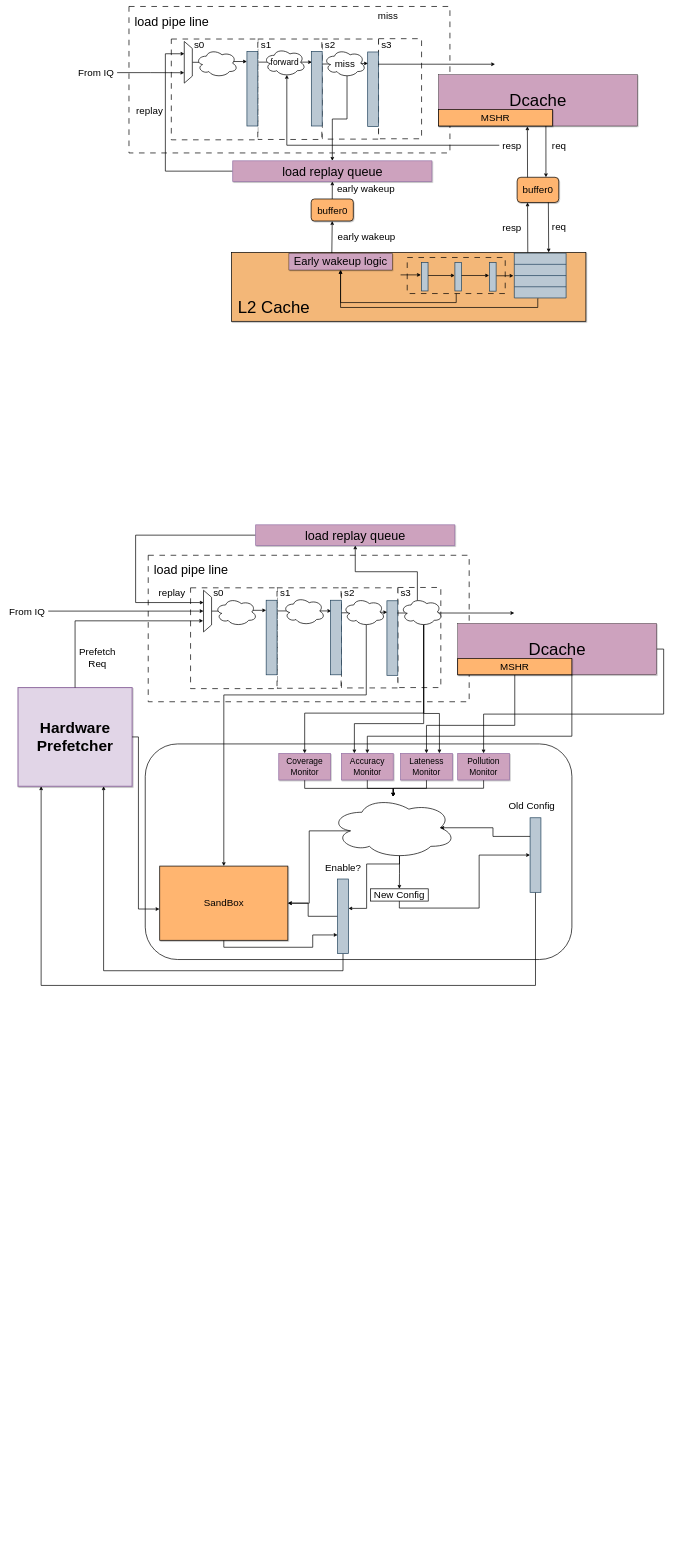
Earlier version of the draw.io diagram page "第 1 页" (1 of 3) of l1_miss_l2_hit_pipeline (2).drawio (happy-lx/drawio). Source tidied: cells renumbered, new cells numbered last; positions are measured from the earlier drawing's top-left corner, leaving out a move shared by most shapes. Both pictures are drawn from the tidied source at 35%, with x=0, y=0 at pixel (6, 6).
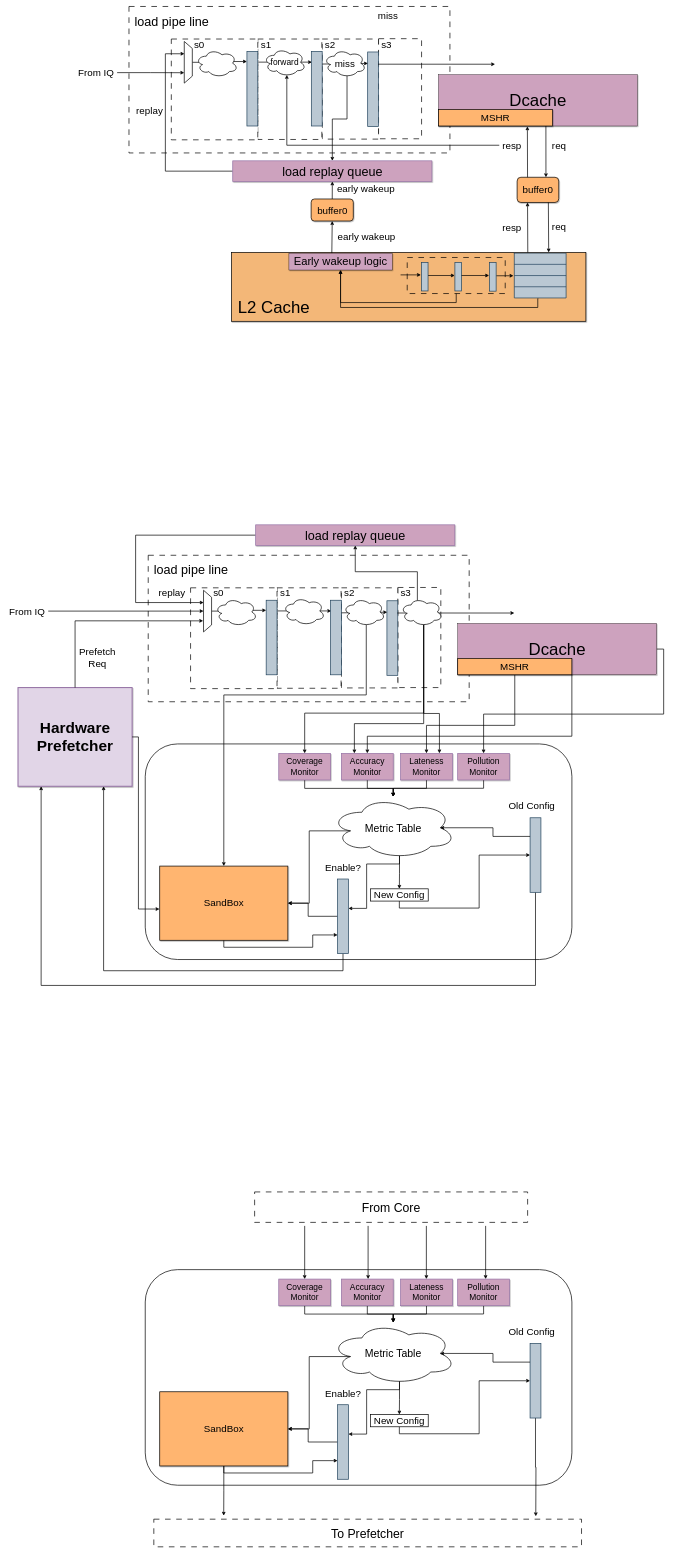
The same diagram, later.

Diff of the diagram source:
```diff
@@
-    <mxCell id="119" style="ellipse;shape=cloud;whiteSpace=wrap;html=1;strokeWidth=2;" parent="1" vertex="1">
+    <mxCell id="119" value="&lt;span style=&quot;font-size: 30px;&quot;&gt;Metric Table&lt;/span&gt;" style="ellipse;shape=cloud;whiteSpace=wrap;html=1;strokeWidth=2;" parent="1" vertex="1">
       <mxGeometry x="927" y="2258" width="358" height="177" as="geometry" />
     </mxCell>
@@
+    <mxCell id="137" style="rounded=1;whiteSpace=wrap;html=1;strokeWidth=2;" parent="1" vertex="1">
+      <mxGeometry x="397.5" y="3609" width="1219" height="616" as="geometry" />
+    </mxCell>
+    <mxCell id="138" style="edgeStyle=orthogonalEdgeStyle;rounded=0;jettySize=auto;html=1;exitX=0.5;exitY=1;exitDx=0;exitDy=0;strokeWidth=2;" parent="1" edge="1" source="139" target="148">
+      <mxGeometry relative="1" as="geometry" />
+    </mxCell>
+    <mxCell id="139" value="&lt;font style=&quot;font-size: 24px;&quot;&gt;Accuracy&lt;br&gt;Monitor&lt;br&gt;&lt;/font&gt;" style="rounded=0;whiteSpace=wrap;html=1;fillColor=#CDA2BE;strokeColor=#9673a6;strokeWidth=2;shadow=1;" parent="1" vertex="1">
+      <mxGeometry x="958" y="3636" width="148" height="76" as="geometry" />
+    </mxCell>
+    <mxCell id="140" style="edgeStyle=orthogonalEdgeStyle;rounded=0;jettySize=auto;html=1;exitX=0.5;exitY=1;exitDx=0;exitDy=0;strokeWidth=2;" parent="1" edge="1" source="141" target="148">
+      <mxGeometry relative="1" as="geometry" />
+    </mxCell>
+    <mxCell id="141" value="&lt;font style=&quot;font-size: 24px;&quot;&gt;Lateness&lt;br&gt;Monitor&lt;br&gt;&lt;/font&gt;" style="rounded=0;whiteSpace=wrap;html=1;fillColor=#CDA2BE;strokeColor=#9673a6;strokeWidth=2;shadow=1;" parent="1" vertex="1">
+      <mxGeometry x="1127" y="3636" width="148" height="76" as="geometry" />
+    </mxCell>
+    <mxCell id="142" style="edgeStyle=orthogonalEdgeStyle;rounded=0;jettySize=auto;html=1;exitX=0.5;exitY=1;exitDx=0;exitDy=0;strokeWidth=2;" parent="1" edge="1" source="143">
+      <mxGeometry relative="1" as="geometry">
+        <mxPoint x="1106" y="3759.4" as="targetPoint" />
+      </mxGeometry>
+    </mxCell>
+    <mxCell id="143" value="&lt;font style=&quot;font-size: 24px;&quot;&gt;Pollution&lt;br&gt;Monitor&lt;br&gt;&lt;/font&gt;" style="rounded=0;whiteSpace=wrap;html=1;fillColor=#CDA2BE;strokeColor=#9673a6;strokeWidth=2;shadow=1;" parent="1" vertex="1">
+      <mxGeometry x="1290.2" y="3636" width="148" height="76" as="geometry" />
+    </mxCell>
+    <mxCell id="144" style="edgeStyle=orthogonalEdgeStyle;rounded=0;jettySize=auto;html=1;exitX=0.5;exitY=1;exitDx=0;exitDy=0;strokeWidth=2;" parent="1" edge="1" source="145" target="148">
+      <mxGeometry relative="1" as="geometry" />
+    </mxCell>
+    <mxCell id="145" value="&lt;font style=&quot;font-size: 24px;&quot;&gt;Coverage&lt;br&gt;Monitor&lt;br&gt;&lt;/font&gt;" style="rounded=0;whiteSpace=wrap;html=1;fillColor=#CDA2BE;strokeColor=#9673a6;strokeWidth=2;shadow=1;" parent="1" vertex="1">
+      <mxGeometry x="779" y="3636" width="148" height="76" as="geometry" />
+    </mxCell>
+    <mxCell id="146" style="edgeStyle=orthogonalEdgeStyle;rounded=0;jettySize=auto;html=1;exitX=0.16;exitY=0.55;exitDx=0;exitDy=0;exitPerimeter=0;entryX=1;entryY=0.5;entryDx=0;entryDy=0;strokeWidth=2;" parent="1" edge="1" source="148" target="153">
+      <mxGeometry relative="1" as="geometry" />
+    </mxCell>
+    <mxCell id="147" style="edgeStyle=orthogonalEdgeStyle;rounded=0;jettySize=auto;html=1;exitX=0.55;exitY=0.95;exitDx=0;exitDy=0;exitPerimeter=0;strokeWidth=2;" parent="1" edge="1" source="148" target="150">
+      <mxGeometry relative="1" as="geometry" />
+    </mxCell>
+    <mxCell id="148" value="&lt;font style=&quot;font-size: 30px;&quot;&gt;Metric Table&lt;/font&gt;" style="ellipse;shape=cloud;whiteSpace=wrap;html=1;strokeWidth=2;" parent="1" vertex="1">
+      <mxGeometry x="927" y="3760" width="358" height="177" as="geometry" />
+    </mxCell>
+    <mxCell id="149" style="edgeStyle=orthogonalEdgeStyle;rounded=0;jettySize=auto;html=1;exitX=0.5;exitY=1;exitDx=0;exitDy=0;entryX=0;entryY=0.5;entryDx=0;entryDy=0;strokeWidth=2;" parent="1" edge="1" source="150" target="156">
+      <mxGeometry relative="1" as="geometry" />
+    </mxCell>
+    <mxCell id="150" value="&lt;font style=&quot;font-size: 28px;&quot;&gt;New Config&lt;/font&gt;" style="rounded=0;whiteSpace=wrap;html=1;strokeColor=default;strokeWidth=2;" parent="1" vertex="1">
+      <mxGeometry x="1041" y="4023" width="165" height="35" as="geometry" />
+    </mxCell>
+    <mxCell id="151" style="edgeStyle=orthogonalEdgeStyle;rounded=0;jettySize=auto;html=1;exitX=0.5;exitY=1;exitDx=0;exitDy=0;entryX=0;entryY=0.75;entryDx=0;entryDy=0;strokeWidth=2;" parent="1" edge="1" source="153" target="159">
+      <mxGeometry relative="1" as="geometry" />
+    </mxCell>
+    <mxCell id="152" style="edgeStyle=orthogonalEdgeStyle;rounded=0;jettySize=auto;html=1;exitX=0.5;exitY=1;exitDx=0;exitDy=0;strokeWidth=2;" parent="1" edge="1" source="153">
+      <mxGeometry relative="1" as="geometry">
+        <mxPoint x="621.7" y="4312" as="targetPoint" />
+      </mxGeometry>
+    </mxCell>
+    <mxCell id="153" value="&lt;font style=&quot;font-size: 28px;&quot;&gt;SandBox&lt;/font&gt;" style="rounded=0;whiteSpace=wrap;html=1;strokeWidth=2;fillColor=#ffb570;shadow=1;" parent="1" vertex="1">
+      <mxGeometry x="438.9" y="3958" width="366.1" height="212" as="geometry" />
+    </mxCell>
+    <mxCell id="154" value="&lt;font style=&quot;font-size: 28px;&quot;&gt;Old Config&lt;/font&gt;" style="rounded=0;whiteSpace=wrap;html=1;strokeColor=none;strokeWidth=2;" parent="1" vertex="1">
+      <mxGeometry x="1401" y="3755" width="202" height="60" as="geometry" />
+    </mxCell>
+    <mxCell id="155" style="edgeStyle=orthogonalEdgeStyle;rounded=0;jettySize=auto;html=1;exitX=0.5;exitY=1;exitDx=0;exitDy=0;strokeWidth=2;" parent="1" edge="1" source="156">
+      <mxGeometry relative="1" as="geometry">
+        <mxPoint x="1513.3" y="4313.7" as="targetPoint" />
+      </mxGeometry>
+    </mxCell>
+    <mxCell id="156" style="rounded=0;whiteSpace=wrap;html=1;fillColor=#bac8d3;strokeColor=#23445d;strokeWidth=2;" parent="1" vertex="1">
+      <mxGeometry x="1497" y="3820" width="31" height="213" as="geometry" />
+    </mxCell>
+    <mxCell id="157" style="edgeStyle=orthogonalEdgeStyle;rounded=0;jettySize=auto;html=1;exitX=0;exitY=0.25;exitDx=0;exitDy=0;entryX=0.875;entryY=0.5;entryDx=0;entryDy=0;entryPerimeter=0;strokeWidth=2;" parent="1" edge="1" source="156" target="148">
+      <mxGeometry relative="1" as="geometry" />
+    </mxCell>
+    <mxCell id="158" style="edgeStyle=orthogonalEdgeStyle;rounded=0;jettySize=auto;html=1;exitX=0;exitY=0.5;exitDx=0;exitDy=0;entryX=1;entryY=0.5;entryDx=0;entryDy=0;strokeWidth=2;" parent="1" edge="1" source="159" target="153">
+      <mxGeometry relative="1" as="geometry">
+        <Array as="points">
+          <mxPoint x="863" y="4102" />
+          <mxPoint x="863" y="4064" />
+        </Array>
+      </mxGeometry>
+    </mxCell>
+    <mxCell id="159" style="rounded=0;whiteSpace=wrap;html=1;fillColor=#bac8d3;strokeColor=#23445d;strokeWidth=2;" parent="1" vertex="1">
+      <mxGeometry x="947" y="3995" width="31" height="213" as="geometry" />
+    </mxCell>
+    <mxCell id="160" value="&lt;span style=&quot;font-size: 28px;&quot;&gt;Enable?&lt;/span&gt;" style="rounded=0;whiteSpace=wrap;html=1;strokeColor=none;strokeWidth=2;" parent="1" vertex="1">
+      <mxGeometry x="890.5" y="3937" width="144" height="52" as="geometry" />
+    </mxCell>
+    <mxCell id="161" style="edgeStyle=orthogonalEdgeStyle;rounded=0;jettySize=auto;html=1;exitX=0.55;exitY=0.95;exitDx=0;exitDy=0;exitPerimeter=0;entryX=1;entryY=0.394;entryDx=0;entryDy=0;entryPerimeter=0;strokeWidth=2;" parent="1" edge="1" source="148" target="159">
+      <mxGeometry relative="1" as="geometry">
+        <Array as="points">
+          <mxPoint x="1124" y="3952" />
+          <mxPoint x="1030" y="3952" />
+          <mxPoint x="1030" y="4079" />
+        </Array>
+      </mxGeometry>
+    </mxCell>
+    <mxCell id="162" style="endArrow=classic;html=1;rounded=0;entryX=0.5;entryY=0;entryDx=0;entryDy=0;strokeWidth=2;" parent="1" edge="1" target="145">
+      <mxGeometry relative="1" as="geometry">
+        <mxPoint x="853" y="3484" as="sourcePoint" />
+      </mxGeometry>
+    </mxCell>
+    <mxCell id="163" style="endArrow=classic;html=1;rounded=0;entryX=0.5;entryY=0;entryDx=0;entryDy=0;strokeWidth=2;" parent="1" edge="1">
+      <mxGeometry relative="1" as="geometry">
+        <mxPoint x="1034.2" y="3484" as="sourcePoint" />
+        <mxPoint x="1034.2" y="3636" as="targetPoint" />
+      </mxGeometry>
+    </mxCell>
+    <mxCell id="164" style="endArrow=classic;html=1;rounded=0;entryX=0.5;entryY=0;entryDx=0;entryDy=0;strokeWidth=2;" parent="1" edge="1">
+      <mxGeometry relative="1" as="geometry">
+        <mxPoint x="1200.7" y="3484" as="sourcePoint" />
+        <mxPoint x="1200.7" y="3636" as="targetPoint" />
+      </mxGeometry>
+    </mxCell>
+    <mxCell id="165" style="endArrow=classic;html=1;rounded=0;entryX=0.5;entryY=0;entryDx=0;entryDy=0;strokeWidth=2;" parent="1" edge="1">
+      <mxGeometry relative="1" as="geometry">
+        <mxPoint x="1370" y="3484" as="sourcePoint" />
+        <mxPoint x="1370" y="3636" as="targetPoint" />
+      </mxGeometry>
+    </mxCell>
+    <mxCell id="166" value="&lt;font style=&quot;font-size: 35px;&quot;&gt;To Prefetcher&lt;/font&gt;" style="rounded=0;whiteSpace=wrap;html=1;strokeColor=default;strokeWidth=2;dashed=1;dashPattern=8 8;" parent="1" vertex="1">
+      <mxGeometry x="422" y="4322" width="1222" height="79" as="geometry" />
+    </mxCell>
+    <mxCell id="167" value="&lt;font style=&quot;font-size: 35px;&quot;&gt;From Core&lt;/font&gt;" style="rounded=0;whiteSpace=wrap;html=1;strokeColor=default;strokeWidth=2;dashed=1;dashPattern=8 8;" parent="1" vertex="1">
+      <mxGeometry x="710" y="3387" width="780" height="87" as="geometry" />
+    </mxCell>
```
